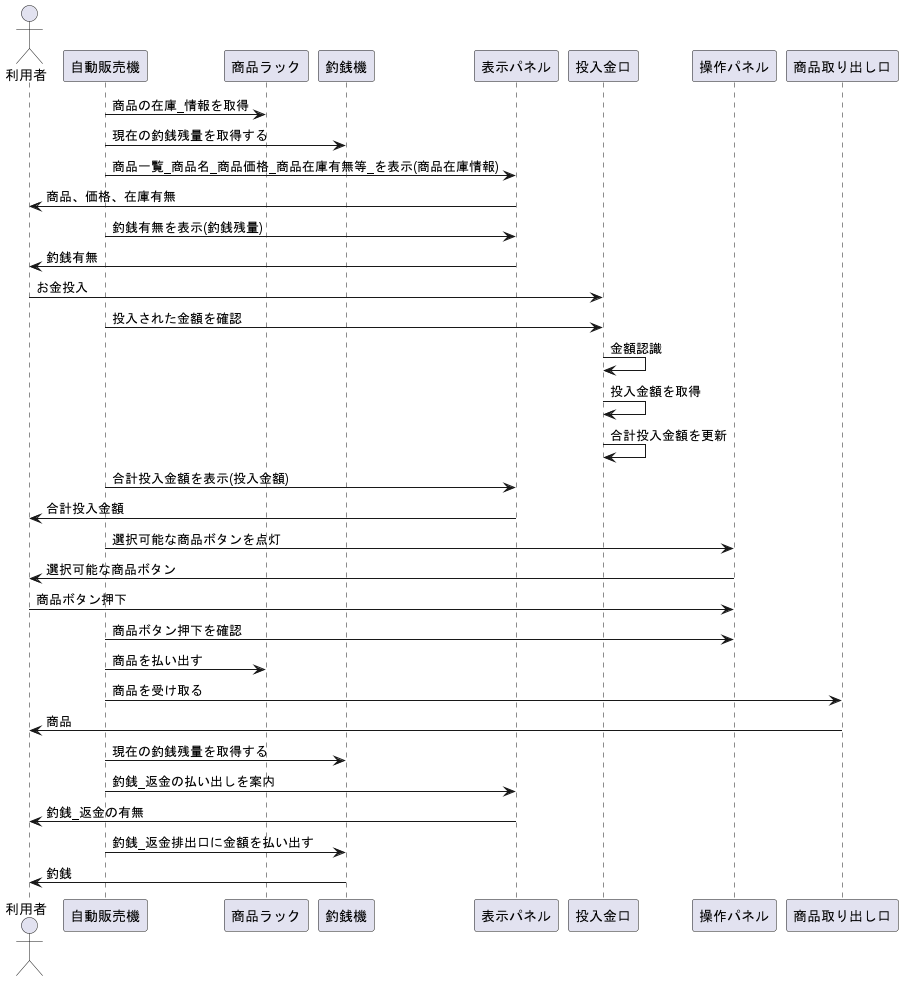
Earlier version of the PlantUML export シミュレーション_機能/自動販売機.png (masaki-kato-119/VendingMachine). Source of this version:
```plantuml
@startuml
actor 利用者

自動販売機 -> 商品ラック : 商品の在庫_情報を取得
自動販売機 -> 釣銭機 : 現在の釣銭残量を取得する
自動販売機 -> 表示パネル : 商品一覧_商品名_商品価格_商品在庫有無等_を表示(商品在庫情報)
表示パネル -> 利用者 : 商品、価格、在庫有無
自動販売機 -> 表示パネル : 釣銭有無を表示(釣銭残量)
表示パネル -> 利用者 : 釣銭有無
利用者 -> 投入金口 : お金投入
自動販売機 -> 投入金口 : 投入された金額を確認
投入金口 -> 投入金口 : 金額認識
投入金口 -> 投入金口 : 投入金額を取得
投入金口 -> 投入金口 : 合計投入金額を更新
自動販売機 -> 表示パネル : 合計投入金額を表示(投入金額)
表示パネル -> 利用者 : 合計投入金額
自動販売機 -> 操作パネル : 選択可能な商品ボタンを点灯
操作パネル -> 利用者 : 選択可能な商品ボタン
利用者 -> 操作パネル : 商品ボタン押下
自動販売機 -> 操作パネル : 商品ボタン押下を確認
自動販売機 -> 商品ラック : 商品を払い出す
自動販売機 -> 商品取り出し口 : 商品を受け取る
商品取り出し口 -> 利用者 : 商品
自動販売機 -> 釣銭機 : 現在の釣銭残量を取得する
自動販売機 -> 表示パネル : 釣銭_返金の払い出しを案内
表示パネル -> 利用者 : 釣銭_返金の有無
自動販売機 -> 釣銭機 : 釣銭_返金排出口に金額を払い出す
釣銭機 -> 利用者 : 釣銭

@enduml
```
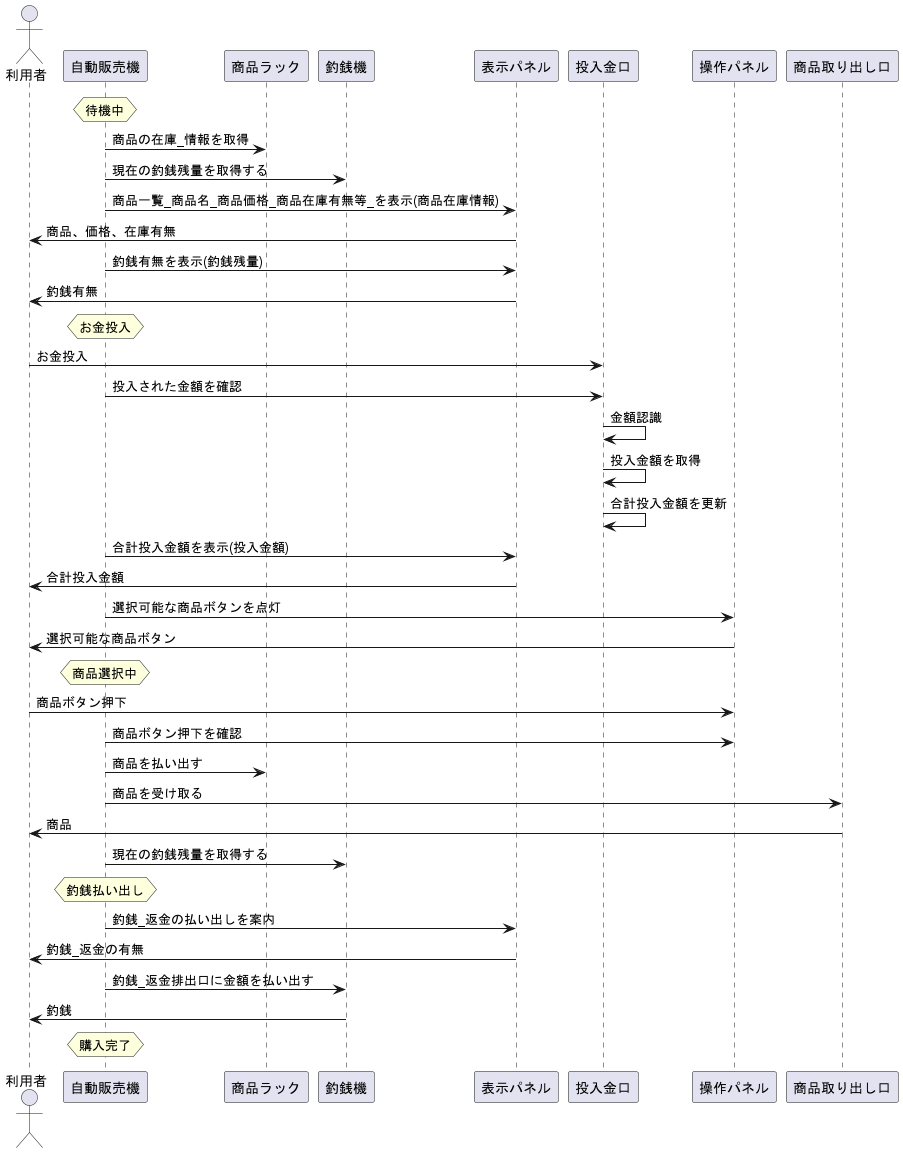
Later version of the same file.

What changed in the source:
```diff
@@ -1,12 +1,13 @@
 @startuml
 actor 利用者
-
+hnote over 自動販売機: 待機中
 自動販売機 -> 商品ラック : 商品の在庫_情報を取得
 自動販売機 -> 釣銭機 : 現在の釣銭残量を取得する
 自動販売機 -> 表示パネル : 商品一覧_商品名_商品価格_商品在庫有無等_を表示(商品在庫情報)
 表示パネル -> 利用者 : 商品、価格、在庫有無
 自動販売機 -> 表示パネル : 釣銭有無を表示(釣銭残量)
 表示パネル -> 利用者 : 釣銭有無
+hnote over 自動販売機: お金投入
 利用者 -> 投入金口 : お金投入
 自動販売機 -> 投入金口 : 投入された金額を確認
 投入金口 -> 投入金口 : 金額認識
@@ -16,15 +17,18 @@
 表示パネル -> 利用者 : 合計投入金額
 自動販売機 -> 操作パネル : 選択可能な商品ボタンを点灯
 操作パネル -> 利用者 : 選択可能な商品ボタン
+hnote over 自動販売機: 商品選択中
 利用者 -> 操作パネル : 商品ボタン押下
 自動販売機 -> 操作パネル : 商品ボタン押下を確認
 自動販売機 -> 商品ラック : 商品を払い出す
 自動販売機 -> 商品取り出し口 : 商品を受け取る
 商品取り出し口 -> 利用者 : 商品
 自動販売機 -> 釣銭機 : 現在の釣銭残量を取得する
+hnote over 自動販売機: 釣銭払い出し
 自動販売機 -> 表示パネル : 釣銭_返金の払い出しを案内
 表示パネル -> 利用者 : 釣銭_返金の有無
 自動販売機 -> 釣銭機 : 釣銭_返金排出口に金額を払い出す
 釣銭機 -> 利用者 : 釣銭
+hnote over 自動販売機: 購入完了
 
 @enduml
```
